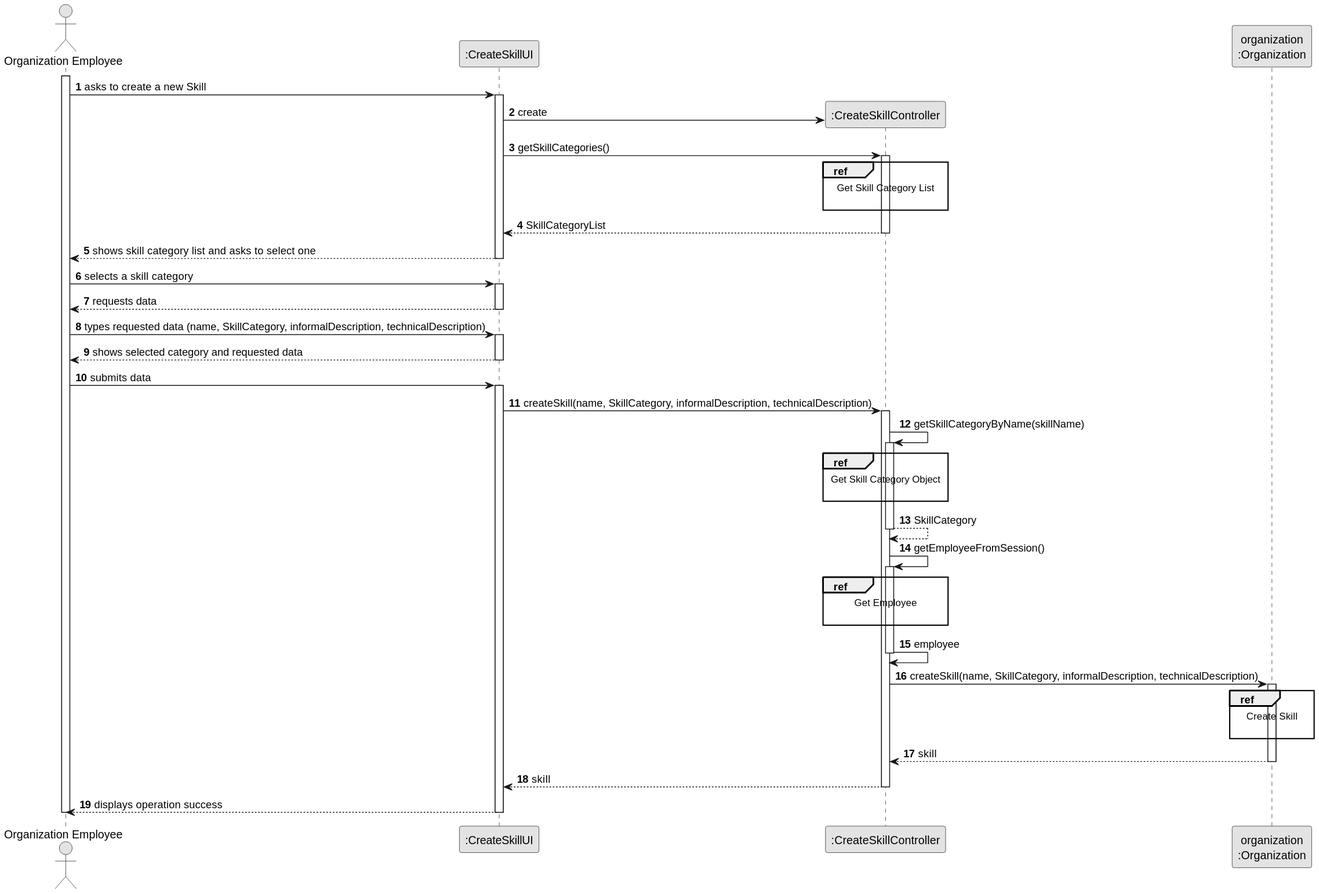
The PlantUML diagram docs/sprintB/us004/03.design/svg/us004-sequence-diagram-split.svg in RicardoMorim/lapr2-ISEP-Project, before a commit. Its diagram source:
```plantuml
@startuml
skinparam monochrome true
skinparam packageStyle rectangle
skinparam shadowing false

autonumber

actor "Organization Employee" as ADM
participant ":CreateSkillUI" as UI
participant ":CreateSkillController" as CTRL
participant "organization\n:Organization" as ORG

activate ADM

    ADM -> UI : asks to create a new Skill

    activate UI

        UI -> CTRL** : create
        UI -> CTRL : getSkillCategories()
        ref over CTRL
            Get Skill Category List

        end ref

        activate CTRL

            CTRL --> UI : SkillCategoryList
        deactivate CTRL

        UI --> ADM : shows skill category list and asks to select one
    deactivate UI

    ADM -> UI : selects a skill category
    activate UI

        UI --> ADM : requests data
    deactivate UI

    ADM -> UI : types requested data (name, SkillCategory, informalDescription, technicalDescription)
    activate UI

        UI --> ADM : shows selected category and requested data
    deactivate UI

    ADM -> UI : submits data
    activate UI

        UI -> CTRL : createSkill(name, SkillCategory, informalDescription, technicalDescription)
        activate CTRL

            CTRL -> CTRL : getSkillCategoryByName(skillName)
            activate CTRL

                ref over CTRL
                    Get Skill Category Object

                end ref

                CTRL --> CTRL : SkillCategory
            deactivate CTRL

            CTRL -> CTRL : getEmployeeFromSession()
            activate CTRL

                ref over CTRL
                    Get Employee

                end ref
                CTRL -> CTRL : employee
            deactivate CTRL

            CTRL -> ORG: createSkill(name, SkillCategory, informalDescription, technicalDescription)
            activate ORG

                ref over ORG
                    Create Skill

                end

                ORG --> CTRL : skill
            deactivate ORG

            CTRL --> UI: skill
            deactivate CTRL
            UI --> ADM: displays operation success
    deactivate UI

deactivate ADM
@enduml
```
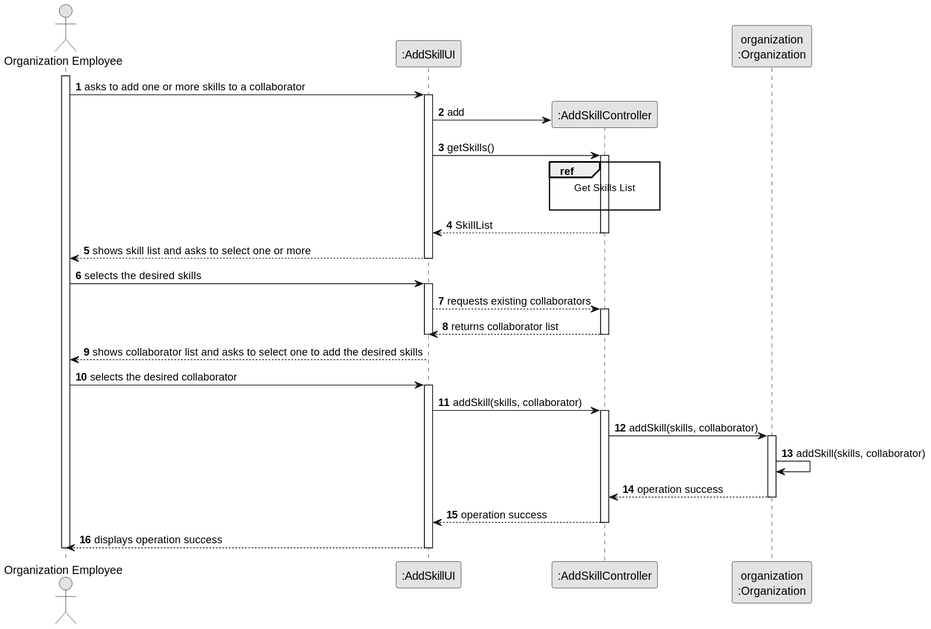
Above is the later version.

Diff of the diagram source:
```diff
@@ -6,82 +6,63 @@
 autonumber
 
 actor "Organization Employee" as ADM
-participant ":CreateSkillUI" as UI
-participant ":CreateSkillController" as CTRL
+participant ":AddSkillUI" as UI
+participant ":AddSkillController" as CTRL
 participant "organization\n:Organization" as ORG
 
 activate ADM
 
-    ADM -> UI : asks to create a new Skill
+    ADM -> UI : asks to add one or more skills to a collaborator
 
     activate UI
 
-        UI -> CTRL** : create
-        UI -> CTRL : getSkillCategories()
+        UI -> CTRL** : add
+        UI -> CTRL : getSkills()
         ref over CTRL
-            Get Skill Category List
+            Get Skills List
 
         end ref
 
         activate CTRL
 
-            CTRL --> UI : SkillCategoryList
+            CTRL --> UI : SkillList
         deactivate CTRL
 
-        UI --> ADM : shows skill category list and asks to select one
+        UI --> ADM : shows skill list and asks to select one or more
     deactivate UI
 
-    ADM -> UI : selects a skill category
+    ADM -> UI : selects the desired skills
     activate UI
 
-        UI --> ADM : requests data
+        UI --> CTRL : requests existing collaborators
+
+        activate CTRL
+
+            CTRL --> UI : returns collaborator list
+        deactivate CTRL
+
     deactivate UI
 
-    ADM -> UI : types requested data (name, SkillCategory, informalDescription, technicalDescription)
+
+
+
+        UI --> ADM : shows collaborator list and asks to select one to add the desired skills
+    deactivate UI
+
+    ADM -> UI : selects the desired collaborator
     activate UI
 
-        UI --> ADM : shows selected category and requested data
-    deactivate UI
-
-    ADM -> UI : submits data
-    activate UI
-
-        UI -> CTRL : createSkill(name, SkillCategory, informalDescription, technicalDescription)
+        UI -> CTRL : addSkill(skills, collaborator)
         activate CTRL
 
-            CTRL -> CTRL : getSkillCategoryByName(skillName)
-            activate CTRL
+            CTRL -> ORG : addSkill(skills, collaborator)
 
-                ref over CTRL
-                    Get Skill Category Object
-
-                end ref
-
-                CTRL --> CTRL : SkillCategory
-            deactivate CTRL
-
-            CTRL -> CTRL : getEmployeeFromSession()
-            activate CTRL
-
-                ref over CTRL
-                    Get Employee
-
-                end ref
-                CTRL -> CTRL : employee
-            deactivate CTRL
-
-            CTRL -> ORG: createSkill(name, SkillCategory, informalDescription, technicalDescription)
             activate ORG
 
-                ref over ORG
-                    Create Skill
-
-                end
-
-                ORG --> CTRL : skill
+                ORG -> ORG : addSkill(skills, collaborator)
+                ORG --> CTRL : operation success
             deactivate ORG
-
-            CTRL --> UI: skill
+            CTRL --> UI : operation success
             deactivate CTRL
             UI --> ADM: displays operation success
     deactivate UI
```
